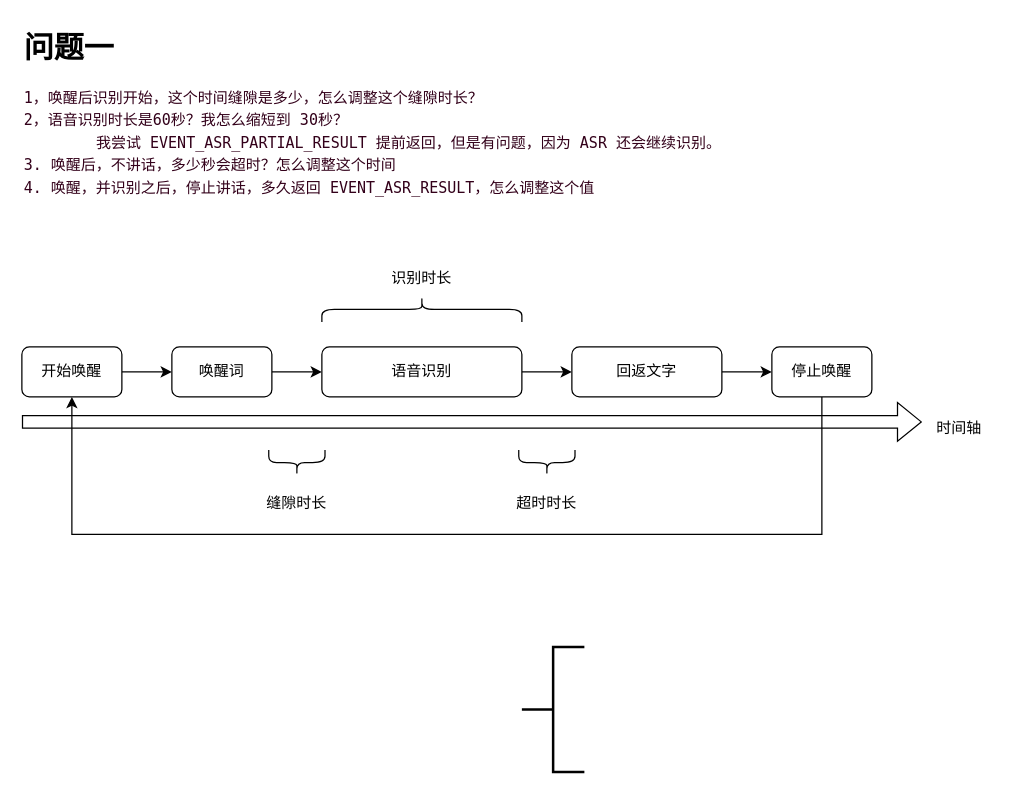
freebook/Architect keeps this draw.io diagram as page "第 3 页" (3 of 7) of attachment/Android.drawio. Above is the earlier version. Source tidied: cells renumbered, new cells numbered last; positions are measured from the earlier drawing's top-left corner, leaving out a move shared by most shapes. Both pictures are drawn from the tidied source at 125%, with x=0, y=0 at pixel (21, 21).
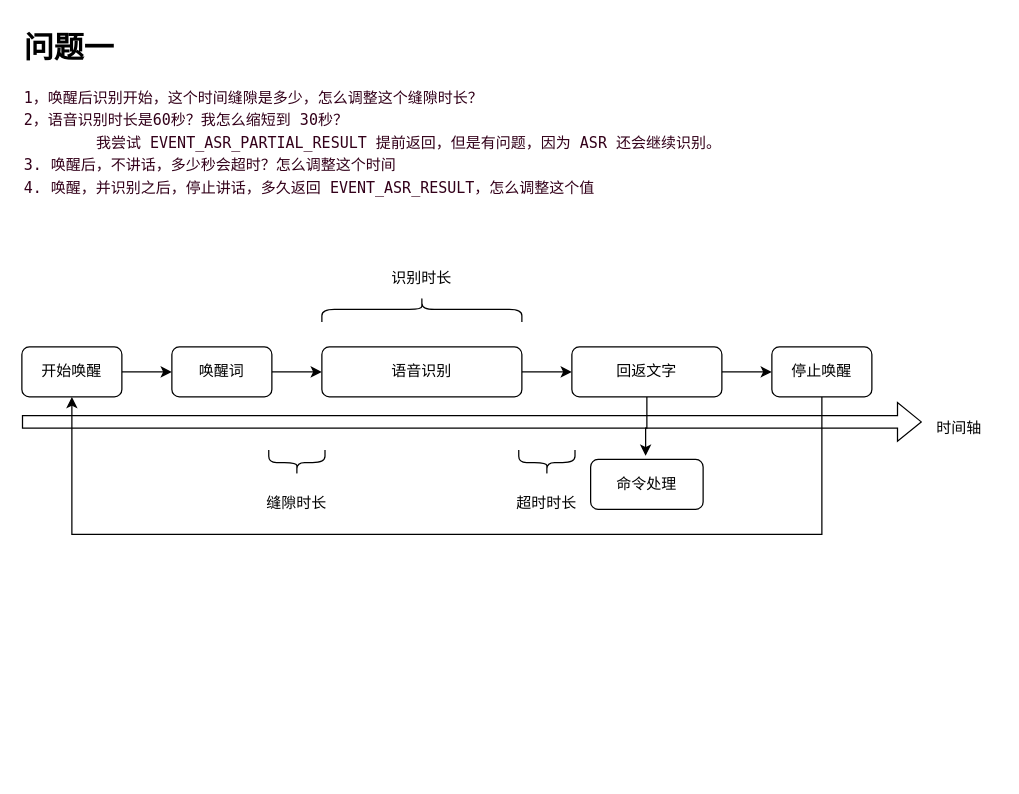
After the change.

Unchanged cells that the change refers to:
```xml
<mxCell id="8" value="回返文字" style="rounded=1;whiteSpace=wrap;html=1;" parent="1" vertex="1">
  <mxGeometry x="440" y="260" width="120" height="40" as="geometry" />
</mxCell>
```

What changed in the source:
```diff
@@
+    <mxCell id="22" style="edgeStyle=orthogonalEdgeStyle;rounded=0;jettySize=auto;html=1;entryX=0.489;entryY=-0.072;entryDx=0;entryDy=0;entryPerimeter=0;" parent="1" edge="1" source="8" target="23">
+      <mxGeometry relative="1" as="geometry" />
+    </mxCell>
@@
-    <mxCell id="9" style="strokeWidth=2;html=1;shape=mxgraph.flowchart.annotation_2;align=left;labelPosition=right;" parent="1" vertex="1">
-      <mxGeometry x="400" y="500" width="50" height="100" as="geometry" />
-    </mxCell>
@@
+    <mxCell id="23" value="命令处理" style="rounded=1;whiteSpace=wrap;html=1;" parent="1" vertex="1">
+      <mxGeometry x="455" y="350" width="90" height="40" as="geometry" />
+    </mxCell>
```
